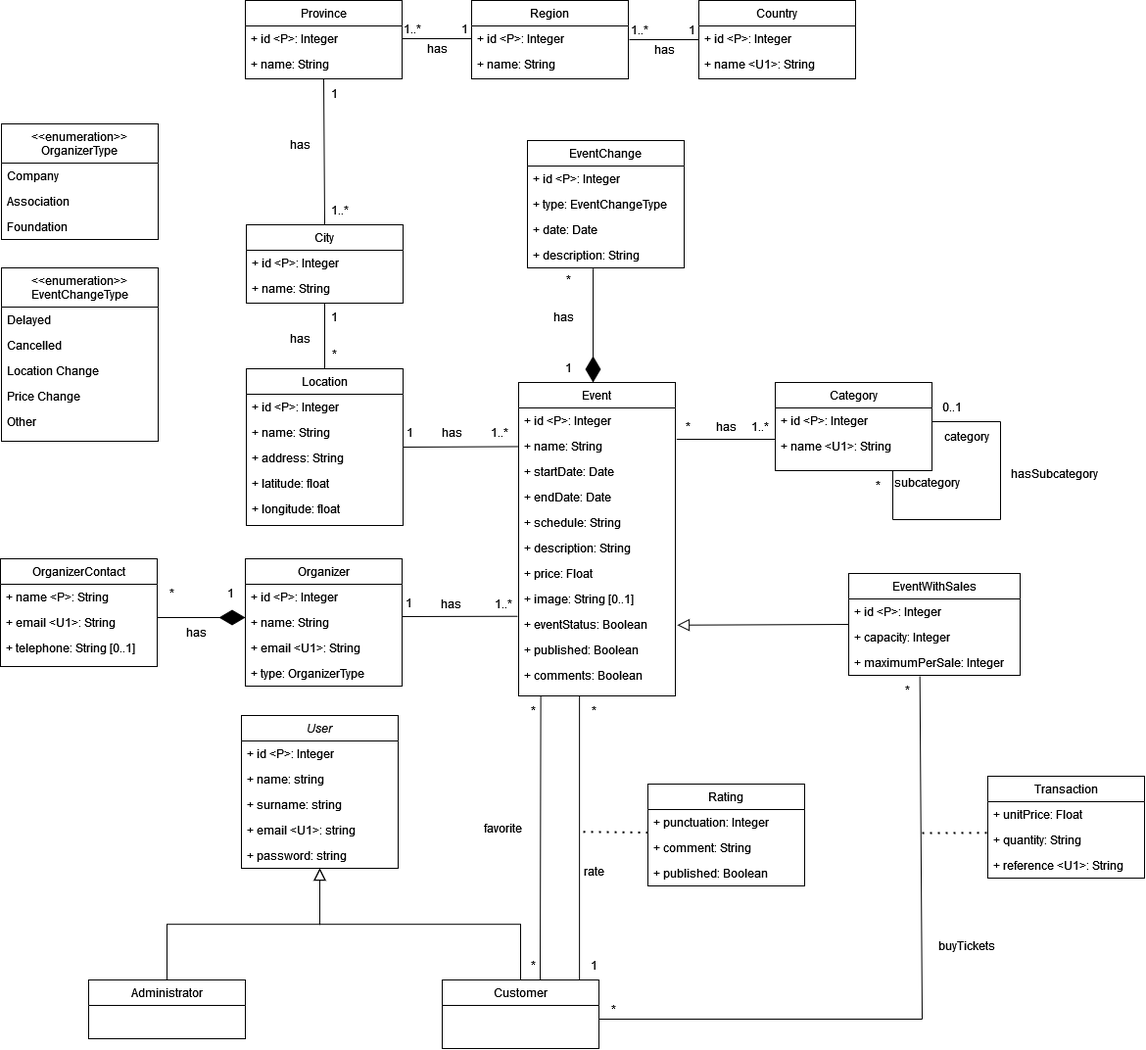
Earlier version of the draw.io export diagrams/conceptual-diagram.drawio.png (danielpilot/event-database). Source tidied: cells renumbered, new cells last; positions are measured from the earlier drawing's top-left corner, leaving out a move shared by most shapes.
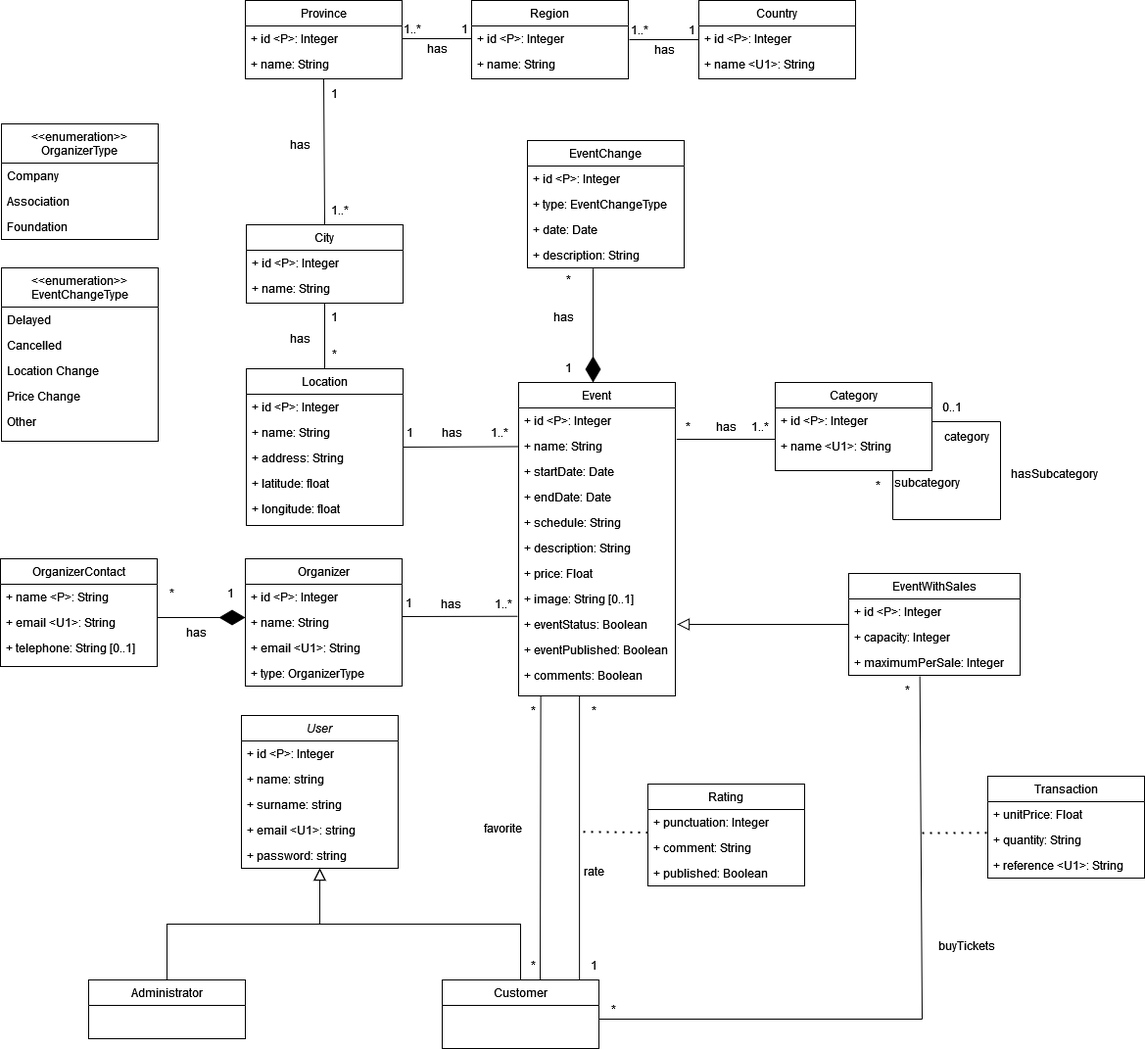
The same diagram one commit later.

What changed in the source:
```diff
@@ -62,7 +62,7 @@
     <mxCell id="21" value="+ eventStatus: Boolean" style="text;align=left;verticalAlign=top;spacingLeft=4;spacingRight=4;overflow=hidden;rounded=0;shadow=0;html=0;" parent="12" vertex="1">
       <mxGeometry y="234" width="160" height="26" as="geometry" />
     </mxCell>
-    <mxCell id="22" value="+ published: Boolean" style="text;align=left;verticalAlign=top;spacingLeft=4;spacingRight=4;overflow=hidden;rounded=0;shadow=0;html=0;" parent="12" vertex="1">
+    <mxCell id="22" value="+ eventPublished: Boolean" style="text;align=left;verticalAlign=top;spacingLeft=4;spacingRight=4;overflow=hidden;rounded=0;shadow=0;html=0;" parent="12" vertex="1">
       <mxGeometry y="260" width="160" height="26" as="geometry" />
     </mxCell>
     <mxCell id="23" value="+ comments: Boolean" style="text;align=left;verticalAlign=top;spacingLeft=4;spacingRight=4;overflow=hidden;rounded=0;shadow=0;html=0;" parent="12" vertex="1">
```
